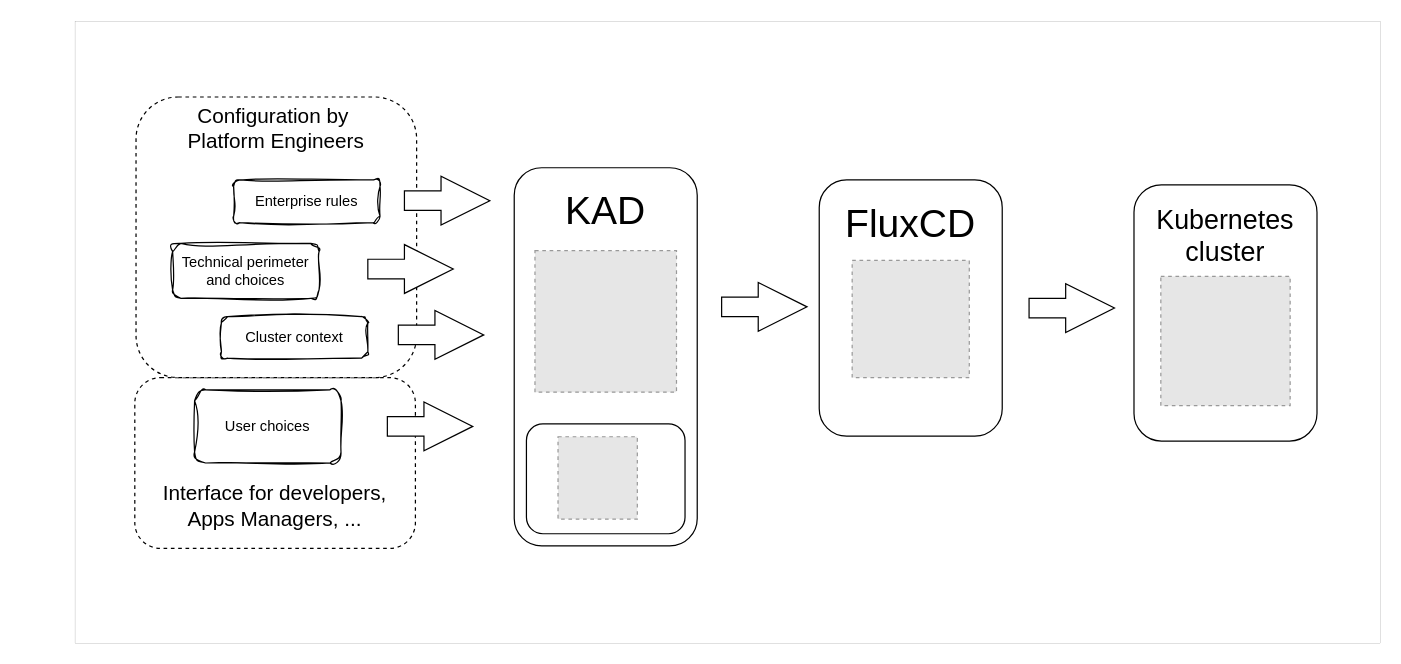
Above: page "kad0" (1 of 4) of draw/flux.drawio in kubotal/kad-doc (draw.io), before the change. Source tidied: cells renumbered, new cells numbered last; positions are measured from the earlier drawing's top-left corner, leaving out a move shared by most shapes. Both pictures are drawn from the tidied source at 122%, with x=0, y=0 at pixel (74, 21). Pictures stored in the file or linked from it are replaced by grey dashed boxes.
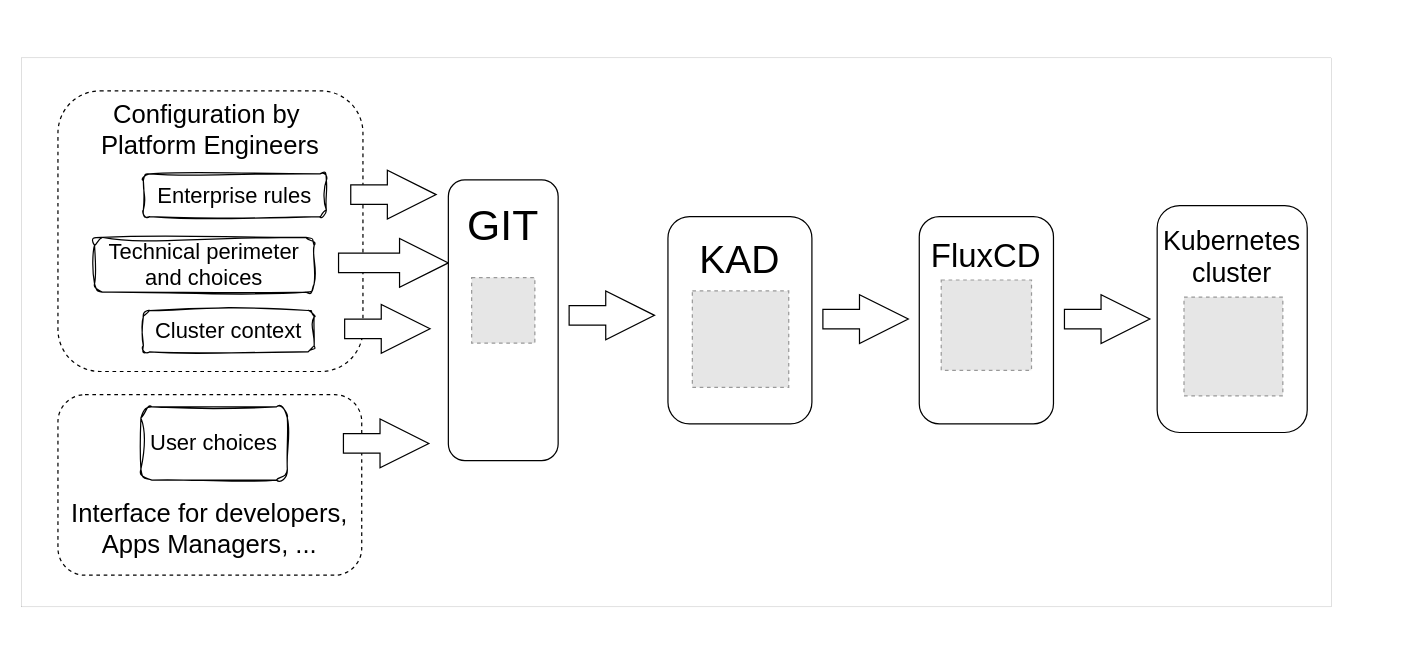
The same page after the edit.

What changed in the source:
```diff
@@
     <mxCell id="2" style="rounded=0;whiteSpace=wrap;html=1;strokeWidth=0;" parent="1" vertex="1">
-      <mxGeometry width="1070" height="510" as="geometry" />
+      <mxGeometry x="-44" y="30" width="1074" height="450" as="geometry" />
     </mxCell>
-    <mxCell id="3" value="Interface for developers,&lt;br&gt;Apps Managers, ..." style="rounded=1;whiteSpace=wrap;html=1;dashed=1;verticalAlign=bottom;fontSize=17;spacingBottom=11;" parent="1" vertex="1">
-      <mxGeometry x="49" y="292" width="230" height="140" as="geometry" />
+    <mxCell id="3" value="Interface for developers,&lt;br&gt;Apps Managers, ..." style="rounded=1;whiteSpace=wrap;html=1;dashed=1;verticalAlign=bottom;fontSize=21;spacingBottom=11;" parent="1" vertex="1">
+      <mxGeometry x="-14" y="306" width="249" height="148" as="geometry" />
     </mxCell>
-    <mxCell id="4" value="Configuration by&amp;nbsp;&lt;div&gt;Platform Engineers&lt;/div&gt;" style="rounded=1;whiteSpace=wrap;html=1;dashed=1;verticalAlign=top;fontSize=17;" parent="1" vertex="1">
-      <mxGeometry x="50" y="62" width="230" height="230" as="geometry" />
+    <mxCell id="4" value="Configuration by&amp;nbsp;&lt;div&gt;Platform Engineers&lt;/div&gt;" style="rounded=1;whiteSpace=wrap;html=1;dashed=1;verticalAlign=top;fontSize=21;" parent="1" vertex="1">
+      <mxGeometry x="-14" y="57" width="250" height="230" as="geometry" />
     </mxCell>
-    <mxCell id="5" value="Enterprise rules" style="rounded=1;whiteSpace=wrap;html=1;sketch=1;curveFitting=1;jiggle=2;" parent="1" vertex="1">
-      <mxGeometry x="130" y="130" width="120" height="35" as="geometry" />
+    <mxCell id="5" value="Enterprise rules" style="rounded=1;whiteSpace=wrap;html=1;sketch=1;curveFitting=1;jiggle=2;fontSize=18;" parent="1" vertex="1">
+      <mxGeometry x="56" y="125" width="150" height="35" as="geometry" />
     </mxCell>
-    <mxCell id="6" value="Technical perimeter and choices" style="rounded=1;whiteSpace=wrap;html=1;sketch=1;curveFitting=1;jiggle=2;" parent="1" vertex="1">
-      <mxGeometry x="80" y="182" width="120" height="45" as="geometry" />
+    <mxCell id="6" value="Technical perimeter and choices" style="rounded=1;whiteSpace=wrap;html=1;sketch=1;curveFitting=1;jiggle=2;fontSize=18;" parent="1" vertex="1">
+      <mxGeometry x="16" y="177" width="180" height="45" as="geometry" />
     </mxCell>
-    <mxCell id="7" value="Cluster context" style="rounded=1;whiteSpace=wrap;html=1;sketch=1;curveFitting=1;jiggle=2;" parent="1" vertex="1">
-      <mxGeometry x="120" y="242" width="120" height="34" as="geometry" />
+    <mxCell id="7" value="Cluster context" style="rounded=1;whiteSpace=wrap;html=1;sketch=1;curveFitting=1;jiggle=2;fontSize=18;" parent="1" vertex="1">
+      <mxGeometry x="56" y="237" width="140" height="34" as="geometry" />
     </mxCell>
-    <mxCell id="8" value="User choices" style="rounded=1;whiteSpace=wrap;html=1;sketch=1;curveFitting=1;jiggle=2;" parent="1" vertex="1">
-      <mxGeometry x="98" y="302" width="120" height="60" as="geometry" />
+    <mxCell id="8" value="User choices" style="rounded=1;whiteSpace=wrap;html=1;sketch=1;curveFitting=1;jiggle=2;fontSize=18;" parent="1" vertex="1">
+      <mxGeometry x="54" y="316" width="120" height="60" as="geometry" />
     </mxCell>
     <mxCell id="9" value="&lt;font style=&quot;font-size: 32px;&quot;&gt;KAD&lt;/font&gt;" style="rounded=1;whiteSpace=wrap;html=1;direction=south;verticalAlign=top;spacingTop=10;" parent="1" vertex="1">
-      <mxGeometry x="360" y="120" width="150" height="310" as="geometry" />
+      <mxGeometry x="486" y="160" width="118" height="170" as="geometry" />
     </mxCell>
     <mxCell id="10" style="html=1;shadow=0;dashed=0;align=center;verticalAlign=middle;shape=mxgraph.arrows2.arrow;dy=0.6;dx=40;notch=0;" parent="1" vertex="1">
-      <mxGeometry x="270" y="127" width="70" height="40" as="geometry" />
+      <mxGeometry x="226" y="122" width="70" height="40" as="geometry" />
     </mxCell>
     <mxCell id="11" style="html=1;shadow=0;dashed=0;align=center;verticalAlign=middle;shape=mxgraph.arrows2.arrow;dy=0.6;dx=40;notch=0;" parent="1" vertex="1">
-      <mxGeometry x="240" y="183" width="70" height="40" as="geometry" />
+      <mxGeometry x="216" y="178" width="90" height="40" as="geometry" />
     </mxCell>
     <mxCell id="12" style="html=1;shadow=0;dashed=0;align=center;verticalAlign=middle;shape=mxgraph.arrows2.arrow;dy=0.6;dx=40;notch=0;" parent="1" vertex="1">
-      <mxGeometry x="265" y="237" width="70" height="40" as="geometry" />
+      <mxGeometry x="221" y="232" width="70" height="40" as="geometry" />
     </mxCell>
     <mxCell id="13" style="html=1;shadow=0;dashed=0;align=center;verticalAlign=middle;shape=mxgraph.arrows2.arrow;dy=0.6;dx=40;notch=0;" parent="1" vertex="1">
-      <mxGeometry x="256" y="312" width="70" height="40" as="geometry" />
+      <mxGeometry x="220" y="326" width="70" height="40" as="geometry" />
     </mxCell>
     <mxCell id="14" style="fillColor=#E6E6E6;strokeColor=#999999;dashed=1;verticalLabelPosition=bottom;labelBackgroundColor=default;verticalAlign=top;" parent="1" vertex="1">
-      <mxGeometry x="377" y="188" width="116" height="116" as="geometry" />
+      <mxGeometry x="506" y="221" width="79" height="79" as="geometry" />
     </mxCell>
-    <mxCell id="15" value="&lt;font style=&quot;font-size: 32px;&quot;&gt;FluxCD&lt;/font&gt;" style="rounded=1;whiteSpace=wrap;html=1;direction=south;verticalAlign=top;spacingTop=10;" parent="1" vertex="1">
-      <mxGeometry x="610" y="130" width="150" height="210" as="geometry" />
+    <mxCell id="15" value="&lt;font&gt;FluxCD&lt;/font&gt;" style="rounded=1;whiteSpace=wrap;html=1;direction=south;verticalAlign=top;spacingTop=10;fontSize=27;" parent="1" vertex="1">
+      <mxGeometry x="692" y="160" width="110" height="170" as="geometry" />
     </mxCell>
     <mxCell id="16" style="html=1;shadow=0;dashed=0;align=center;verticalAlign=middle;shape=mxgraph.arrows2.arrow;dy=0.6;dx=40;notch=0;" parent="1" vertex="1">
-      <mxGeometry x="530" y="214" width="70" height="40" as="geometry" />
+      <mxGeometry x="613" y="224" width="70" height="40" as="geometry" />
     </mxCell>
     <mxCell id="17" value="&lt;span&gt;Kubernetes cluster&lt;/span&gt;" style="rounded=1;whiteSpace=wrap;html=1;direction=south;verticalAlign=top;spacingTop=10;fontSize=22;" parent="1" vertex="1">
-      <mxGeometry x="868" y="134" width="150" height="210" as="geometry" />
+      <mxGeometry x="887" y="151" width="123" height="186" as="geometry" />
     </mxCell>
     <mxCell id="18" style="fillColor=#E6E6E6;strokeColor=#999999;dashed=1;verticalLabelPosition=bottom;labelBackgroundColor=default;verticalAlign=top;" parent="1" vertex="1">
-      <mxGeometry x="890" y="209" width="106" height="106" as="geometry" />
+      <mxGeometry x="909" y="226" width="81" height="81" as="geometry" />
     </mxCell>
     <mxCell id="19" style="html=1;shadow=0;dashed=0;align=center;verticalAlign=middle;shape=mxgraph.arrows2.arrow;dy=0.6;dx=40;notch=0;" parent="1" vertex="1">
-      <mxGeometry x="782" y="215" width="70" height="40" as="geometry" />
+      <mxGeometry x="811" y="224" width="70" height="40" as="geometry" />
     </mxCell>
     <mxCell id="20" style="fillColor=#E6E6E6;strokeColor=#999999;dashed=1;verticalLabelPosition=bottom;labelBackgroundColor=default;verticalAlign=top;" parent="1" vertex="1">
-      <mxGeometry x="637" y="196" width="96" height="96" as="geometry" />
+      <mxGeometry x="710" y="212" width="74" height="74" as="geometry" />
     </mxCell>
-    <mxCell id="21" style="group;" parent="1" vertex="1">
-      <mxGeometry x="370" y="330" width="130" height="90" as="geometry" />
+    <mxCell id="21" style="group;fontSize=19;" parent="1" vertex="1">
+      <mxGeometry x="306" y="130" width="90" height="230" as="geometry" />
     </mxCell>
-    <mxCell id="22" style="rounded=1;whiteSpace=wrap;html=1;direction=south;verticalAlign=top;spacingTop=10;" parent="21" vertex="1">
-      <mxGeometry width="130" height="90" as="geometry" />
+    <mxCell id="22" value="&lt;font style=&quot;font-size: 35px;&quot;&gt;GIT&lt;/font&gt;" style="rounded=1;whiteSpace=wrap;html=1;direction=south;verticalAlign=top;spacingTop=10;" parent="21" vertex="1">
+      <mxGeometry width="90" height="230" as="geometry" />
     </mxCell>
     <mxCell id="23" style="fillColor=#E6E6E6;strokeColor=#999999;dashed=1;verticalLabelPosition=bottom;labelBackgroundColor=default;verticalAlign=top;" parent="21" vertex="1">
-      <mxGeometry x="25.9" y="10.5" width="65" height="67.5" as="geometry" />
+      <mxGeometry x="19.1" y="80" width="51.8" height="53.8" as="geometry" />
     </mxCell>
+    <mxCell id="24" style="html=1;shadow=0;dashed=0;align=center;verticalAlign=middle;shape=mxgraph.arrows2.arrow;dy=0.6;dx=40;notch=0;" parent="1" vertex="1">
+      <mxGeometry x="405" y="221" width="70" height="40" as="geometry" />
+    </mxCell>
```
